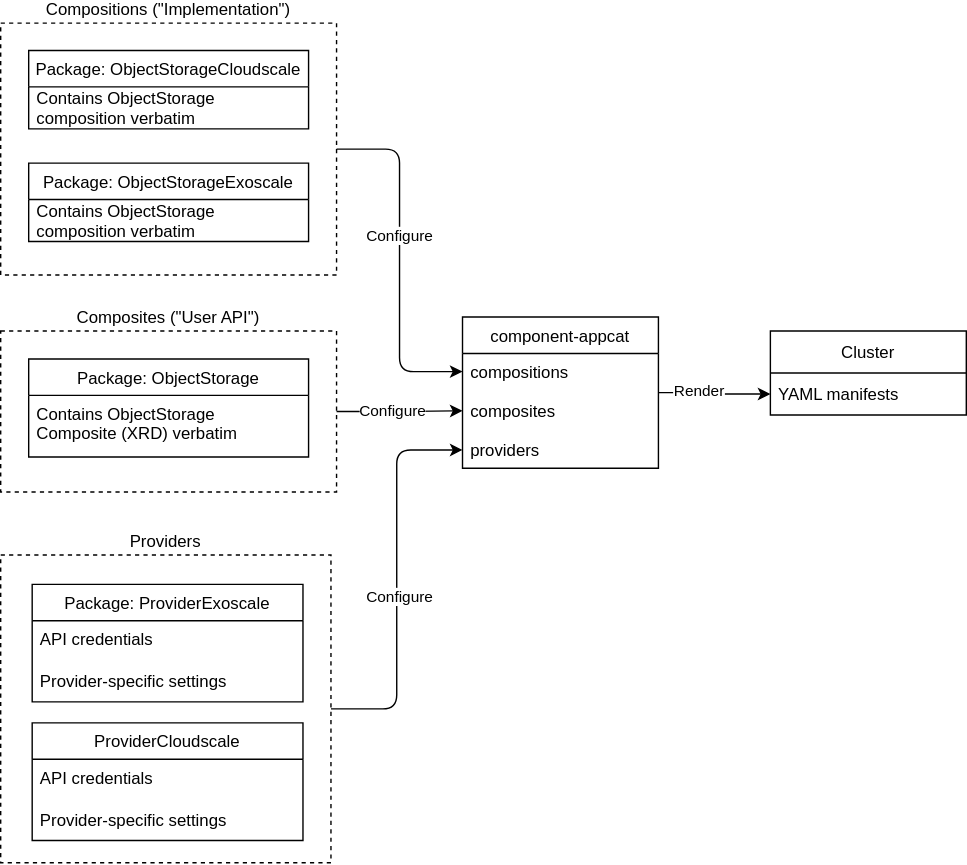
This is docs/modules/ROOT/assets/images/deployment1.drawio.svg from vshn/application-catalog-docs, a draw.io export, as it was before one commit. Source tidied: cells renumbered, new cells last; positions are measured from the earlier drawing's top-left corner, leaving out a move shared by most shapes.
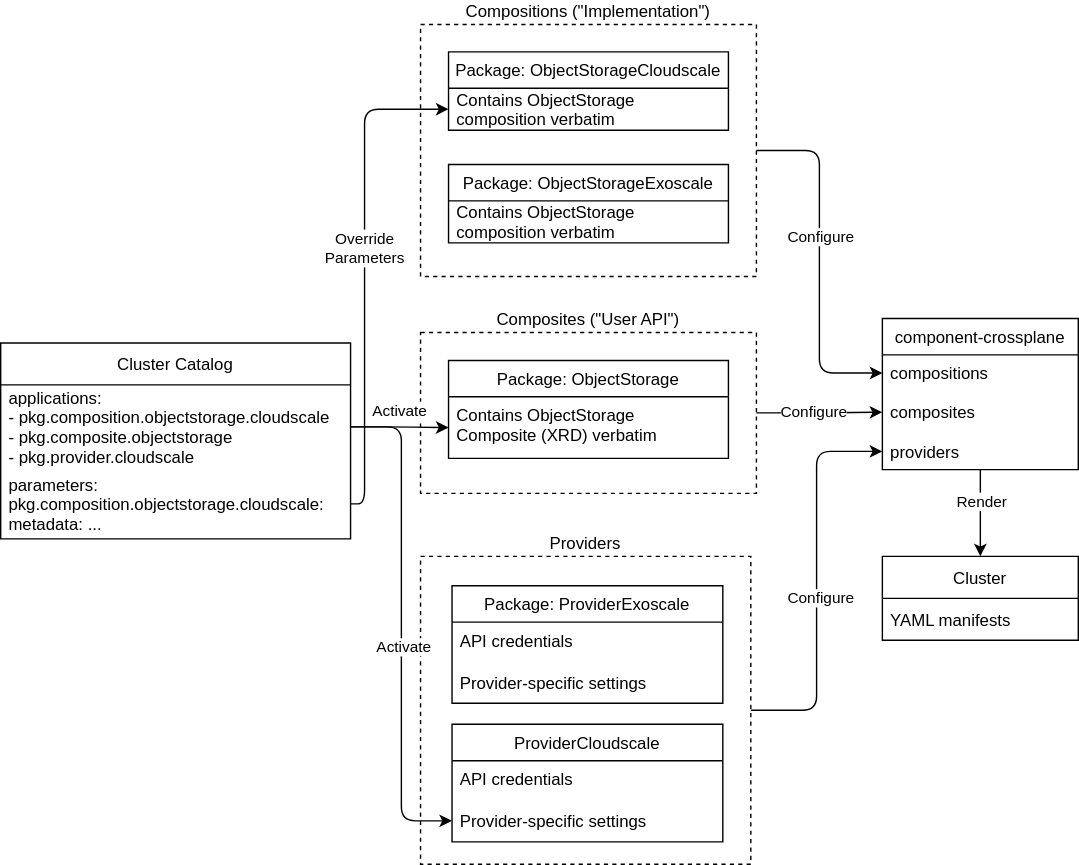
After the change.

Commit message:
Align diagrams to highlight the differences

What changed in the source:
```diff
@@ -2,7 +2,7 @@
   <root>
     <mxCell id="0" />
     <mxCell id="1" parent="0" />
-    <mxCell id="2" value="component-appcat" style="swimlane;fontStyle=0;horizontal=1;startSize=26;fillColor=none;" parent="1" vertex="1">
+    <mxCell id="2" value="component-crossplane" style="swimlane;fontStyle=0;horizontal=1;startSize=26;fillColor=none;" parent="1" vertex="1">
       <mxGeometry x="330" y="210" width="140" height="108" as="geometry" />
     </mxCell>
     <mxCell id="3" value="compositions" style="text;strokeColor=none;fillColor=none;align=left;verticalAlign=top;spacingLeft=4;spacingRight=4;overflow=hidden;points=[[0,0.5],[1,0.5]];portConstraint=eastwest;" parent="2" vertex="1">
@@ -89,16 +89,52 @@
       <mxGeometry x="-0.08" y="-2" relative="1" as="geometry" />
     </mxCell>
     <mxCell id="30" value="Cluster" style="swimlane;fontStyle=0;horizontal=1;startSize=30;" parent="1" vertex="1">
-      <mxGeometry x="550" y="220" width="140" height="60" as="geometry" />
+      <mxGeometry x="330" y="380" width="140" height="60" as="geometry" />
     </mxCell>
     <mxCell id="31" value="YAML manifests" style="text;strokeColor=none;fillColor=none;align=left;verticalAlign=middle;spacingLeft=4;spacingRight=4;overflow=hidden;points=[[0,0.5],[1,0.5]];portConstraint=eastwest;dashed=1;" parent="30" vertex="1">
       <mxGeometry y="30" width="140" height="30" as="geometry" />
     </mxCell>
-    <mxCell id="32" style="edgeStyle=orthogonalEdgeStyle;html=1;entryX=0;entryY=0.5;entryDx=0;entryDy=0;" parent="1" edge="1" source="2" target="31">
+    <mxCell id="32" style="edgeStyle=orthogonalEdgeStyle;html=1;" parent="1" edge="1" source="2" target="30">
       <mxGeometry relative="1" as="geometry" />
     </mxCell>
     <mxCell id="33" value="Render" style="edgeLabel;html=1;align=center;verticalAlign=middle;" parent="32" vertex="1">
-      <mxGeometry x="-0.28" y="1" relative="1" as="geometry" />
+      <mxGeometry x="-0.28" y="1" relative="1" as="geometry">
+        <mxPoint x="-1" as="offset" />
+      </mxGeometry>
     </mxCell>
+    <mxCell id="34" style="edgeStyle=orthogonalEdgeStyle;html=1;exitX=1;exitY=0.5;exitDx=0;exitDy=0;entryX=0;entryY=0.5;entryDx=0;entryDy=0;" parent="1" edge="1" source="39" target="15">
+      <mxGeometry relative="1" as="geometry" />
+    </mxCell>
+    <mxCell id="35" value="Activate" style="edgeLabel;html=1;align=center;verticalAlign=middle;" parent="34" vertex="1">
+      <mxGeometry x="0.31" y="1" relative="1" as="geometry">
+        <mxPoint x="-11" y="-12" as="offset" />
+      </mxGeometry>
+    </mxCell>
+    <mxCell id="36" style="edgeStyle=orthogonalEdgeStyle;html=1;exitX=1;exitY=0.5;exitDx=0;exitDy=0;entryX=0;entryY=0.5;entryDx=0;entryDy=0;" parent="1" edge="1" source="39" target="23">
+      <mxGeometry relative="1" as="geometry" />
+    </mxCell>
+    <mxCell id="37" value="Activate" style="edgeLabel;html=1;align=center;verticalAlign=middle;" parent="36" vertex="1">
+      <mxGeometry x="0.09" y="1" relative="1" as="geometry" />
+    </mxCell>
+    <mxCell id="38" value="Cluster Catalog" style="swimlane;fontStyle=0;horizontal=1;startSize=30;" parent="1" vertex="1">
+      <mxGeometry x="-300" y="227.5" width="250" height="140" as="geometry" />
+    </mxCell>
+    <mxCell id="39" value="applications:&#10;- pkg.composition.objectstorage.cloudscale&#10;- pkg.composite.objectstorage&#10;- pkg.provider.cloudscale" style="text;strokeColor=none;fillColor=none;align=left;verticalAlign=middle;spacingLeft=4;spacingRight=4;overflow=hidden;points=[[0,0.5],[1,0.5]];portConstraint=eastwest;" parent="38" vertex="1">
+      <mxGeometry y="30" width="250" height="60" as="geometry" />
+    </mxCell>
+    <mxCell id="40" value="parameters:&#10;  pkg.composition.objectstorage.cloudscale:&#10;    metadata: ..." style="text;strokeColor=none;fillColor=none;align=left;verticalAlign=middle;spacingLeft=4;spacingRight=4;overflow=hidden;points=[[0,0.5],[1,0.5]];portConstraint=eastwest;" parent="38" vertex="1">
+      <mxGeometry y="90" width="250" height="50" as="geometry" />
+    </mxCell>
+    <mxCell id="41" style="edgeStyle=orthogonalEdgeStyle;html=1;exitX=1;exitY=0.5;exitDx=0;exitDy=0;entryX=0;entryY=0.5;entryDx=0;entryDy=0;" parent="1" edge="1" source="40" target="9">
+      <mxGeometry relative="1" as="geometry">
+        <Array as="points">
+          <mxPoint x="-40" y="343" />
+          <mxPoint x="-40" y="61" />
+        </Array>
+      </mxGeometry>
+    </mxCell>
+    <mxCell id="42" value="Override&lt;br&gt;Parameters" style="edgeLabel;html=1;align=center;verticalAlign=middle;" parent="41" vertex="1">
+      <mxGeometry x="0.1" y="1" relative="1" as="geometry" />
+    </mxCell>
   </root>
 </mxGraphModel>
```
